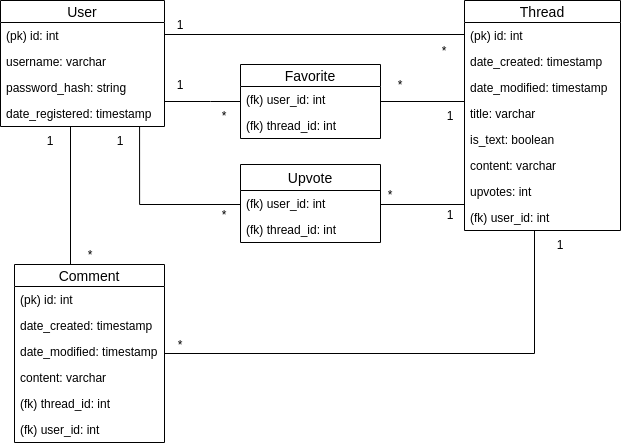
Earlier version of the draw.io export documentation/diagram.png (tapanih/social-news-site). Source tidied: cells renumbered, new cells last; positions are measured from the earlier drawing's top-left corner, leaving out a move shared by most shapes. Its diagram source:
```xml
<mxGraphModel>
  <root>
    <mxCell id="0" />
    <mxCell id="1" parent="0" />
    <mxCell id="2" style="edgeStyle=orthogonalEdgeStyle;rounded=0;jettySize=auto;html=1;endArrow=none;endFill=0;entryX=0.5;entryY=0;entryDx=0;entryDy=0;" parent="1" edge="1" source="5" target="37">
      <mxGeometry relative="1" as="geometry">
        <Array as="points">
          <mxPoint x="70" y="264" />
        </Array>
      </mxGeometry>
    </mxCell>
    <mxCell id="3" style="edgeStyle=orthogonalEdgeStyle;rounded=0;jettySize=auto;html=1;endArrow=none;endFill=0;entryX=0;entryY=0.5;entryDx=0;entryDy=0;" parent="1" edge="1" source="5" target="16">
      <mxGeometry relative="1" as="geometry">
        <Array as="points">
          <mxPoint x="464" y="34" />
        </Array>
      </mxGeometry>
    </mxCell>
    <mxCell id="4" style="edgeStyle=orthogonalEdgeStyle;rounded=0;jettySize=auto;html=1;endArrow=none;endFill=0;" parent="1" edge="1" source="5" target="44">
      <mxGeometry relative="1" as="geometry">
        <Array as="points">
          <mxPoint x="210" y="101" />
          <mxPoint x="210" y="101" />
        </Array>
      </mxGeometry>
    </mxCell>
    <mxCell id="5" value="User" style="swimlane;fontStyle=0;horizontal=1;startSize=22;fillColor=none;swimlaneFillColor=#ffffff;align=center;fontSize=14;" parent="1" vertex="1">
      <mxGeometry width="164" height="126" as="geometry" />
    </mxCell>
    <mxCell id="6" value="(pk) id: int " style="text;strokeColor=none;fillColor=none;spacingLeft=4;spacingRight=4;overflow=hidden;fontSize=12;" parent="5" vertex="1">
      <mxGeometry y="22" width="164" height="26" as="geometry" />
    </mxCell>
    <mxCell id="7" value="username: varchar" style="text;strokeColor=none;fillColor=none;spacingLeft=4;spacingRight=4;overflow=hidden;fontSize=12;" parent="5" vertex="1">
      <mxGeometry y="48" width="164" height="26" as="geometry" />
    </mxCell>
    <mxCell id="8" value="password_hash: string" style="text;strokeColor=none;fillColor=none;spacingLeft=4;spacingRight=4;overflow=hidden;fontSize=12;" parent="5" vertex="1">
      <mxGeometry y="74" width="164" height="26" as="geometry" />
    </mxCell>
    <mxCell id="9" value="date_registered: timestamp" style="text;strokeColor=none;fillColor=none;spacingLeft=4;spacingRight=4;overflow=hidden;fontSize=12;" parent="5" vertex="1">
      <mxGeometry y="100" width="164" height="26" as="geometry" />
    </mxCell>
    <mxCell id="10" style="edgeStyle=orthogonalEdgeStyle;rounded=0;jettySize=auto;html=1;endArrow=none;endFill=0;entryX=0;entryY=0.5;entryDx=0;entryDy=0;" parent="1" edge="1" source="44" target="17">
      <mxGeometry relative="1" as="geometry">
        <Array as="points">
          <mxPoint x="464" y="101" />
        </Array>
      </mxGeometry>
    </mxCell>
    <mxCell id="11" style="edgeStyle=orthogonalEdgeStyle;rounded=0;jettySize=auto;html=1;endArrow=none;endFill=0;" parent="1" edge="1" source="12" target="37">
      <mxGeometry relative="1" as="geometry">
        <Array as="points">
          <mxPoint x="534" y="353" />
        </Array>
      </mxGeometry>
    </mxCell>
    <mxCell id="12" value="Thread" style="swimlane;fontStyle=0;horizontal=1;startSize=22;fillColor=none;swimlaneFillColor=#ffffff;align=center;fontSize=14;" parent="1" vertex="1">
      <mxGeometry x="464" width="156" height="230" as="geometry" />
    </mxCell>
    <mxCell id="13" value="(pk) id: int " style="text;strokeColor=none;fillColor=none;spacingLeft=4;spacingRight=4;overflow=hidden;fontSize=12;" parent="12" vertex="1">
      <mxGeometry y="22" width="156" height="26" as="geometry" />
    </mxCell>
    <mxCell id="14" value="date_created: timestamp" style="text;strokeColor=none;fillColor=none;spacingLeft=4;spacingRight=4;overflow=hidden;fontSize=12;" parent="12" vertex="1">
      <mxGeometry y="48" width="156" height="26" as="geometry" />
    </mxCell>
    <mxCell id="15" value="date_modified: timestamp" style="text;strokeColor=none;fillColor=none;spacingLeft=4;spacingRight=4;overflow=hidden;fontSize=12;" parent="12" vertex="1">
      <mxGeometry y="74" width="156" height="26" as="geometry" />
    </mxCell>
    <mxCell id="16" value="title: varchar" style="text;strokeColor=none;fillColor=none;spacingLeft=4;spacingRight=4;overflow=hidden;points=[[0,0.5],[1,0.5]];portConstraint=eastwest;fontSize=12;" parent="12" vertex="1">
      <mxGeometry y="100" width="156" height="26" as="geometry" />
    </mxCell>
    <mxCell id="17" value="is_text: boolean" style="text;strokeColor=none;fillColor=none;spacingLeft=4;spacingRight=4;overflow=hidden;points=[[0,0.5],[1,0.5]];portConstraint=eastwest;fontSize=12;" parent="12" vertex="1">
      <mxGeometry y="126" width="156" height="26" as="geometry" />
    </mxCell>
    <mxCell id="18" value="content: varchar" style="text;strokeColor=none;fillColor=none;spacingLeft=4;spacingRight=4;overflow=hidden;fontSize=12;" parent="12" vertex="1">
      <mxGeometry y="152" width="156" height="26" as="geometry" />
    </mxCell>
    <mxCell id="19" value="upvotes: int" style="text;strokeColor=none;fillColor=none;spacingLeft=4;spacingRight=4;overflow=hidden;fontSize=12;" parent="12" vertex="1">
      <mxGeometry y="178" width="156" height="26" as="geometry" />
    </mxCell>
    <mxCell id="20" value="(fk) user_id: int" style="text;strokeColor=none;fillColor=none;spacingLeft=4;spacingRight=4;overflow=hidden;fontSize=12;" parent="12" vertex="1">
      <mxGeometry y="204" width="156" height="26" as="geometry" />
    </mxCell>
    <mxCell id="21" value="1" style="text;html=1;strokeColor=none;fillColor=none;align=center;verticalAlign=middle;whiteSpace=wrap;rounded=0;" parent="1" vertex="1">
      <mxGeometry x="540" y="234" width="40" height="20" as="geometry" />
    </mxCell>
    <mxCell id="22" value="1" style="text;html=1;strokeColor=none;fillColor=none;align=center;verticalAlign=middle;whiteSpace=wrap;rounded=0;" parent="1" vertex="1">
      <mxGeometry x="160" y="14" width="40" height="20" as="geometry" />
    </mxCell>
    <mxCell id="23" value="1" style="text;html=1;strokeColor=none;fillColor=none;align=center;verticalAlign=middle;whiteSpace=wrap;rounded=0;" parent="1" vertex="1">
      <mxGeometry x="160" y="74" width="40" height="20" as="geometry" />
    </mxCell>
    <mxCell id="24" value="1" style="text;html=1;strokeColor=none;fillColor=none;align=center;verticalAlign=middle;whiteSpace=wrap;rounded=0;" parent="1" vertex="1">
      <mxGeometry x="430" y="105" width="40" height="20" as="geometry" />
    </mxCell>
    <mxCell id="25" value="1" style="text;html=1;strokeColor=none;fillColor=none;align=center;verticalAlign=middle;whiteSpace=wrap;rounded=0;" parent="1" vertex="1">
      <mxGeometry x="430" y="204" width="40" height="20" as="geometry" />
    </mxCell>
    <mxCell id="26" value="1" style="text;html=1;strokeColor=none;fillColor=none;align=center;verticalAlign=middle;whiteSpace=wrap;rounded=0;" parent="1" vertex="1">
      <mxGeometry x="100" y="130" width="40" height="20" as="geometry" />
    </mxCell>
    <mxCell id="27" value="1" style="text;html=1;strokeColor=none;fillColor=none;align=center;verticalAlign=middle;whiteSpace=wrap;rounded=0;" parent="1" vertex="1">
      <mxGeometry x="30" y="130" width="40" height="20" as="geometry" />
    </mxCell>
    <mxCell id="28" value="*" style="text;html=1;strokeColor=none;fillColor=none;align=center;verticalAlign=middle;whiteSpace=wrap;rounded=0;" parent="1" vertex="1">
      <mxGeometry x="424" y="40" width="40" height="20" as="geometry" />
    </mxCell>
    <mxCell id="29" value="*" style="text;html=1;strokeColor=none;fillColor=none;align=center;verticalAlign=middle;whiteSpace=wrap;rounded=0;" parent="1" vertex="1">
      <mxGeometry x="380" y="74" width="40" height="20" as="geometry" />
    </mxCell>
    <mxCell id="30" value="*" style="text;html=1;strokeColor=none;fillColor=none;align=center;verticalAlign=middle;whiteSpace=wrap;rounded=0;" parent="1" vertex="1">
      <mxGeometry x="204" y="105" width="40" height="20" as="geometry" />
    </mxCell>
    <mxCell id="31" value="*" style="text;html=1;strokeColor=none;fillColor=none;align=center;verticalAlign=middle;whiteSpace=wrap;rounded=0;" parent="1" vertex="1">
      <mxGeometry x="70" y="244" width="40" height="20" as="geometry" />
    </mxCell>
    <mxCell id="32" value="*" style="text;html=1;strokeColor=none;fillColor=none;align=center;verticalAlign=middle;whiteSpace=wrap;rounded=0;" parent="1" vertex="1">
      <mxGeometry x="160" y="334" width="40" height="20" as="geometry" />
    </mxCell>
    <mxCell id="33" value="*" style="text;html=1;strokeColor=none;fillColor=none;align=center;verticalAlign=middle;whiteSpace=wrap;rounded=0;" parent="1" vertex="1">
      <mxGeometry x="204" y="204" width="40" height="20" as="geometry" />
    </mxCell>
    <mxCell id="34" value="*" style="text;html=1;strokeColor=none;fillColor=none;align=center;verticalAlign=middle;whiteSpace=wrap;rounded=0;" parent="1" vertex="1">
      <mxGeometry x="370" y="184" width="40" height="20" as="geometry" />
    </mxCell>
    <mxCell id="35" style="edgeStyle=orthogonalEdgeStyle;rounded=0;orthogonalLoop=1;jettySize=auto;html=1;endArrow=none;endFill=0;entryX=0.848;entryY=0.962;entryDx=0;entryDy=0;entryPerimeter=0;" parent="1" edge="1">
      <mxGeometry relative="1" as="geometry">
        <mxPoint x="240" y="200" as="sourcePoint" />
        <mxPoint x="139.1" y="126" as="targetPoint" />
        <Array as="points">
          <mxPoint x="240" y="204" />
          <mxPoint x="139" y="204" />
        </Array>
      </mxGeometry>
    </mxCell>
    <mxCell id="36" style="edgeStyle=orthogonalEdgeStyle;rounded=0;orthogonalLoop=1;jettySize=auto;html=1;endArrow=none;endFill=0;" parent="1" edge="1">
      <mxGeometry relative="1" as="geometry">
        <mxPoint x="380" y="184" as="sourcePoint" />
        <mxPoint x="464" y="184" as="targetPoint" />
        <Array as="points">
          <mxPoint x="380" y="204" />
          <mxPoint x="464" y="204" />
        </Array>
      </mxGeometry>
    </mxCell>
    <mxCell id="37" value="Comment" style="swimlane;fontStyle=0;horizontal=1;startSize=22;fillColor=none;swimlaneFillColor=#ffffff;align=center;fontSize=14;" parent="1" vertex="1">
      <mxGeometry x="14" y="264" width="150" height="178" as="geometry" />
    </mxCell>
    <mxCell id="38" value="(pk) id: int " style="text;strokeColor=none;fillColor=none;spacingLeft=4;spacingRight=4;overflow=hidden;fontSize=12;" parent="37" vertex="1">
      <mxGeometry y="22" width="150" height="26" as="geometry" />
    </mxCell>
    <mxCell id="39" value="date_created: timestamp" style="text;strokeColor=none;fillColor=none;spacingLeft=4;spacingRight=4;overflow=hidden;fontSize=12;" parent="37" vertex="1">
      <mxGeometry y="48" width="150" height="26" as="geometry" />
    </mxCell>
    <mxCell id="40" value="date_modified: timestamp" style="text;strokeColor=none;fillColor=none;spacingLeft=4;spacingRight=4;overflow=hidden;fontSize=12;" parent="37" vertex="1">
      <mxGeometry y="74" width="150" height="26" as="geometry" />
    </mxCell>
    <mxCell id="41" value="content: varchar" style="text;strokeColor=none;fillColor=none;spacingLeft=4;spacingRight=4;overflow=hidden;fontSize=12;" parent="37" vertex="1">
      <mxGeometry y="100" width="150" height="26" as="geometry" />
    </mxCell>
    <mxCell id="42" value="(fk) thread_id: int" style="text;strokeColor=none;fillColor=none;spacingLeft=4;spacingRight=4;overflow=hidden;fontSize=12;" parent="37" vertex="1">
      <mxGeometry y="126" width="150" height="26" as="geometry" />
    </mxCell>
    <mxCell id="43" value="(fk) user_id: int" style="text;strokeColor=none;fillColor=none;spacingLeft=4;spacingRight=4;overflow=hidden;fontSize=12;" parent="37" vertex="1">
      <mxGeometry y="152" width="150" height="26" as="geometry" />
    </mxCell>
    <mxCell id="44" value="Favorite" style="swimlane;fontStyle=0;horizontal=1;startSize=22;fillColor=none;swimlaneFillColor=#ffffff;align=center;fontSize=14;" parent="1" vertex="1">
      <mxGeometry x="240" y="64" width="140" height="74" as="geometry" />
    </mxCell>
    <mxCell id="45" value="(fk) user_id: int" style="text;strokeColor=none;fillColor=none;spacingLeft=4;spacingRight=4;overflow=hidden;fontSize=12;" parent="44" vertex="1">
      <mxGeometry y="22" width="140" height="26" as="geometry" />
    </mxCell>
    <mxCell id="46" value="(fk) thread_id: int" style="text;strokeColor=none;fillColor=none;spacingLeft=4;spacingRight=4;overflow=hidden;fontSize=12;" parent="44" vertex="1">
      <mxGeometry y="48" width="140" height="26" as="geometry" />
    </mxCell>
    <mxCell id="47" value="Upvote" style="swimlane;fontStyle=0;horizontal=1;startSize=26;fillColor=none;fontSize=14;" parent="1" vertex="1">
      <mxGeometry x="240" y="164" width="140" height="78" as="geometry" />
    </mxCell>
    <mxCell id="48" value="(fk) user_id: int" style="text;strokeColor=none;fillColor=none;align=left;verticalAlign=top;spacingLeft=4;spacingRight=4;overflow=hidden;" parent="47" vertex="1">
      <mxGeometry y="26" width="140" height="26" as="geometry" />
    </mxCell>
    <mxCell id="49" value="(fk) thread_id: int" style="text;strokeColor=none;fillColor=none;align=left;verticalAlign=top;spacingLeft=4;spacingRight=4;overflow=hidden;" parent="47" vertex="1">
      <mxGeometry y="52" width="140" height="26" as="geometry" />
    </mxCell>
  </root>
</mxGraphModel>
```
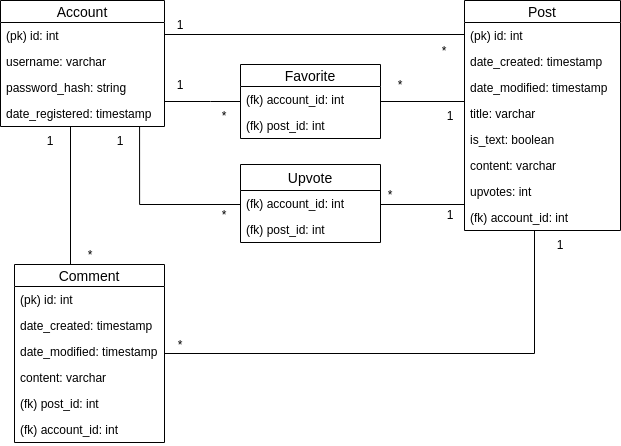
After the change.

Change to the diagram source:
```diff
@@ -24,7 +24,7 @@
         </Array>
       </mxGeometry>
     </mxCell>
-    <mxCell id="5" value="User" style="swimlane;fontStyle=0;horizontal=1;startSize=22;fillColor=none;swimlaneFillColor=#ffffff;align=center;fontSize=14;" parent="1" vertex="1">
+    <mxCell id="5" value="Account" style="swimlane;fontStyle=0;horizontal=1;startSize=22;fillColor=none;swimlaneFillColor=#ffffff;align=center;fontSize=14;" parent="1" vertex="1">
       <mxGeometry width="164" height="126" as="geometry" />
     </mxCell>
     <mxCell id="6" value="(pk) id: int " style="text;strokeColor=none;fillColor=none;spacingLeft=4;spacingRight=4;overflow=hidden;fontSize=12;" parent="5" vertex="1">
@@ -53,7 +53,7 @@
         </Array>
       </mxGeometry>
     </mxCell>
-    <mxCell id="12" value="Thread" style="swimlane;fontStyle=0;horizontal=1;startSize=22;fillColor=none;swimlaneFillColor=#ffffff;align=center;fontSize=14;" parent="1" vertex="1">
+    <mxCell id="12" value="Post" style="swimlane;fontStyle=0;horizontal=1;startSize=22;fillColor=none;swimlaneFillColor=#ffffff;align=center;fontSize=14;" parent="1" vertex="1">
       <mxGeometry x="464" width="156" height="230" as="geometry" />
     </mxCell>
     <mxCell id="13" value="(pk) id: int " style="text;strokeColor=none;fillColor=none;spacingLeft=4;spacingRight=4;overflow=hidden;fontSize=12;" parent="12" vertex="1">
@@ -77,7 +77,7 @@
     <mxCell id="19" value="upvotes: int" style="text;strokeColor=none;fillColor=none;spacingLeft=4;spacingRight=4;overflow=hidden;fontSize=12;" parent="12" vertex="1">
       <mxGeometry y="178" width="156" height="26" as="geometry" />
     </mxCell>
-    <mxCell id="20" value="(fk) user_id: int" style="text;strokeColor=none;fillColor=none;spacingLeft=4;spacingRight=4;overflow=hidden;fontSize=12;" parent="12" vertex="1">
+    <mxCell id="20" value="(fk) account_id: int" style="text;strokeColor=none;fillColor=none;spacingLeft=4;spacingRight=4;overflow=hidden;fontSize=12;" parent="12" vertex="1">
       <mxGeometry y="204" width="156" height="26" as="geometry" />
     </mxCell>
     <mxCell id="21" value="1" style="text;html=1;strokeColor=none;fillColor=none;align=center;verticalAlign=middle;whiteSpace=wrap;rounded=0;" parent="1" vertex="1">
@@ -157,28 +157,28 @@
     <mxCell id="41" value="content: varchar" style="text;strokeColor=none;fillColor=none;spacingLeft=4;spacingRight=4;overflow=hidden;fontSize=12;" parent="37" vertex="1">
       <mxGeometry y="100" width="150" height="26" as="geometry" />
     </mxCell>
-    <mxCell id="42" value="(fk) thread_id: int" style="text;strokeColor=none;fillColor=none;spacingLeft=4;spacingRight=4;overflow=hidden;fontSize=12;" parent="37" vertex="1">
+    <mxCell id="42" value="(fk) post_id: int" style="text;strokeColor=none;fillColor=none;spacingLeft=4;spacingRight=4;overflow=hidden;fontSize=12;" parent="37" vertex="1">
       <mxGeometry y="126" width="150" height="26" as="geometry" />
     </mxCell>
-    <mxCell id="43" value="(fk) user_id: int" style="text;strokeColor=none;fillColor=none;spacingLeft=4;spacingRight=4;overflow=hidden;fontSize=12;" parent="37" vertex="1">
+    <mxCell id="43" value="(fk) account_id: int" style="text;strokeColor=none;fillColor=none;spacingLeft=4;spacingRight=4;overflow=hidden;fontSize=12;" parent="37" vertex="1">
       <mxGeometry y="152" width="150" height="26" as="geometry" />
     </mxCell>
     <mxCell id="44" value="Favorite" style="swimlane;fontStyle=0;horizontal=1;startSize=22;fillColor=none;swimlaneFillColor=#ffffff;align=center;fontSize=14;" parent="1" vertex="1">
       <mxGeometry x="240" y="64" width="140" height="74" as="geometry" />
     </mxCell>
-    <mxCell id="45" value="(fk) user_id: int" style="text;strokeColor=none;fillColor=none;spacingLeft=4;spacingRight=4;overflow=hidden;fontSize=12;" parent="44" vertex="1">
+    <mxCell id="45" value="(fk) account_id: int" style="text;strokeColor=none;fillColor=none;spacingLeft=4;spacingRight=4;overflow=hidden;fontSize=12;" parent="44" vertex="1">
       <mxGeometry y="22" width="140" height="26" as="geometry" />
     </mxCell>
-    <mxCell id="46" value="(fk) thread_id: int" style="text;strokeColor=none;fillColor=none;spacingLeft=4;spacingRight=4;overflow=hidden;fontSize=12;" parent="44" vertex="1">
+    <mxCell id="46" value="(fk) post_id: int" style="text;strokeColor=none;fillColor=none;spacingLeft=4;spacingRight=4;overflow=hidden;fontSize=12;" parent="44" vertex="1">
       <mxGeometry y="48" width="140" height="26" as="geometry" />
     </mxCell>
     <mxCell id="47" value="Upvote" style="swimlane;fontStyle=0;horizontal=1;startSize=26;fillColor=none;fontSize=14;" parent="1" vertex="1">
       <mxGeometry x="240" y="164" width="140" height="78" as="geometry" />
     </mxCell>
-    <mxCell id="48" value="(fk) user_id: int" style="text;strokeColor=none;fillColor=none;align=left;verticalAlign=top;spacingLeft=4;spacingRight=4;overflow=hidden;" parent="47" vertex="1">
+    <mxCell id="48" value="(fk) account_id: int" style="text;strokeColor=none;fillColor=none;align=left;verticalAlign=top;spacingLeft=4;spacingRight=4;overflow=hidden;" parent="47" vertex="1">
       <mxGeometry y="26" width="140" height="26" as="geometry" />
     </mxCell>
-    <mxCell id="49" value="(fk) thread_id: int" style="text;strokeColor=none;fillColor=none;align=left;verticalAlign=top;spacingLeft=4;spacingRight=4;overflow=hidden;" parent="47" vertex="1">
+    <mxCell id="49" value="(fk) post_id: int" style="text;strokeColor=none;fillColor=none;align=left;verticalAlign=top;spacingLeft=4;spacingRight=4;overflow=hidden;" parent="47" vertex="1">
       <mxGeometry y="52" width="140" height="26" as="geometry" />
     </mxCell>
   </root>
```
